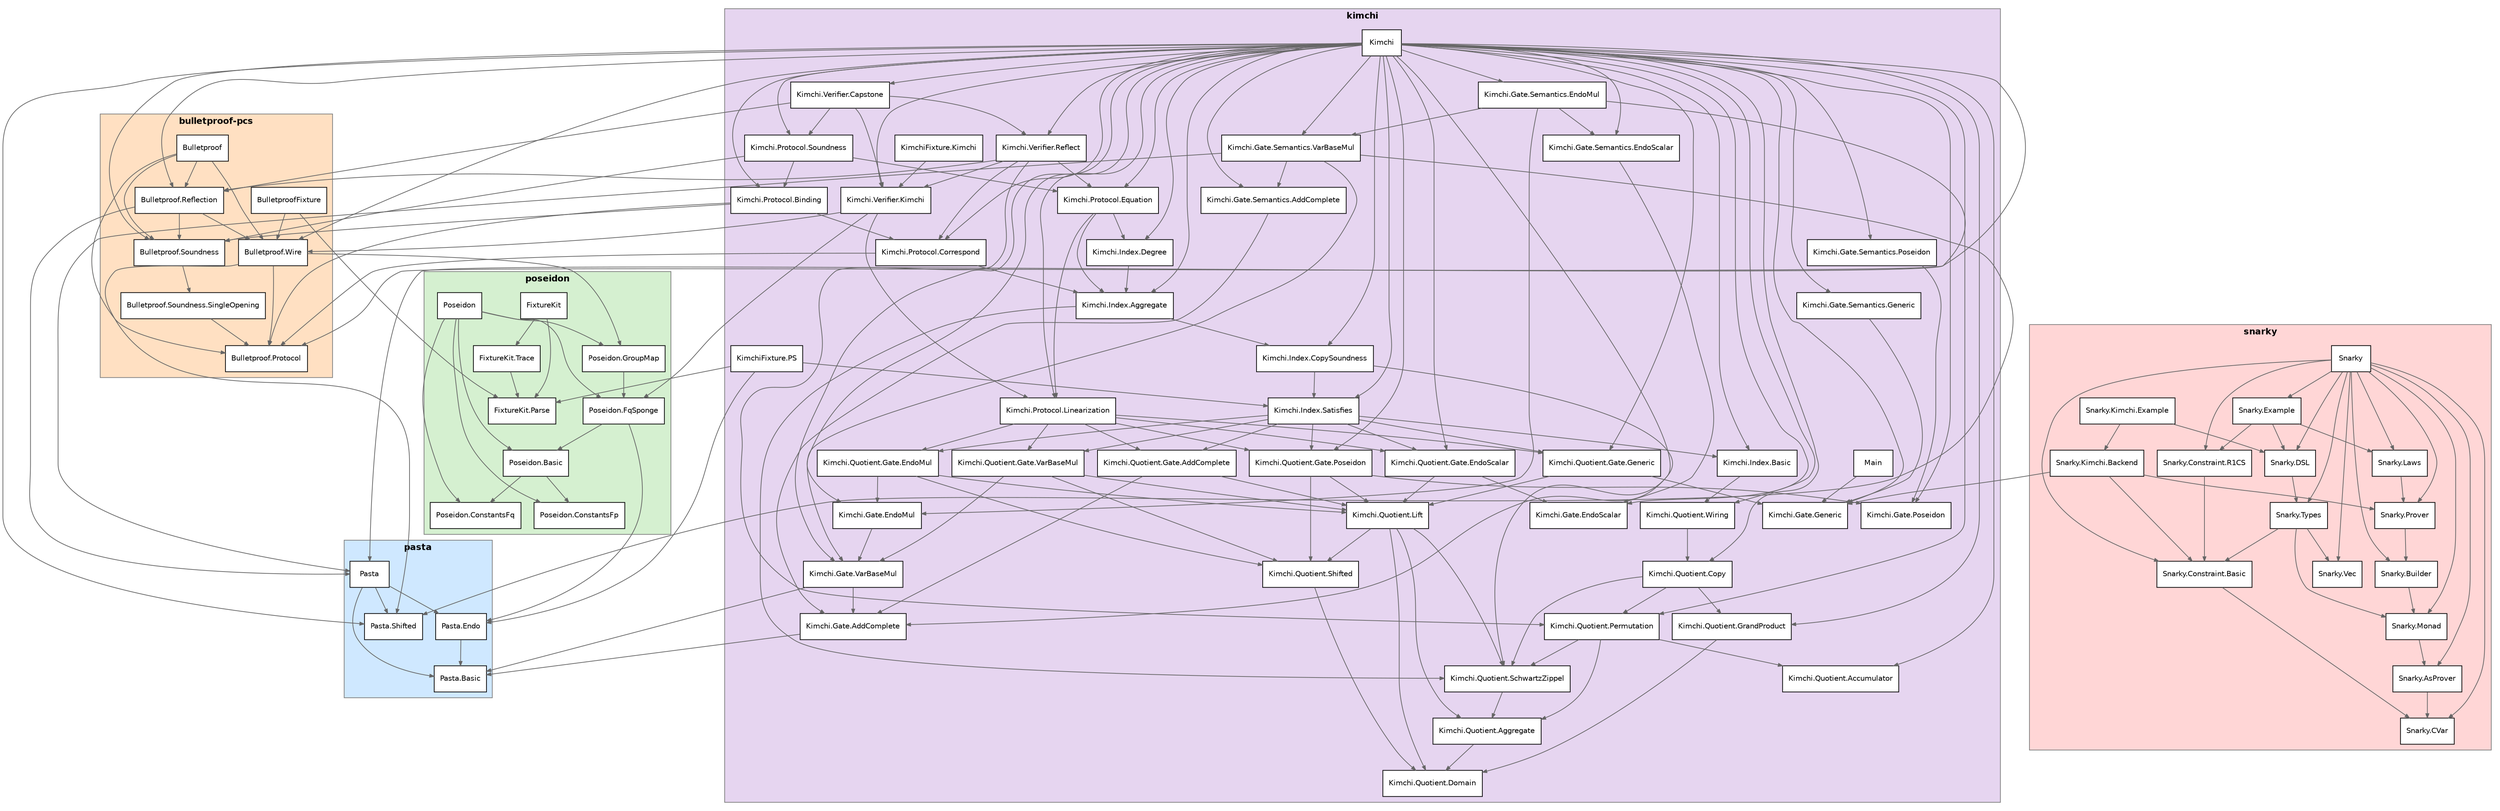
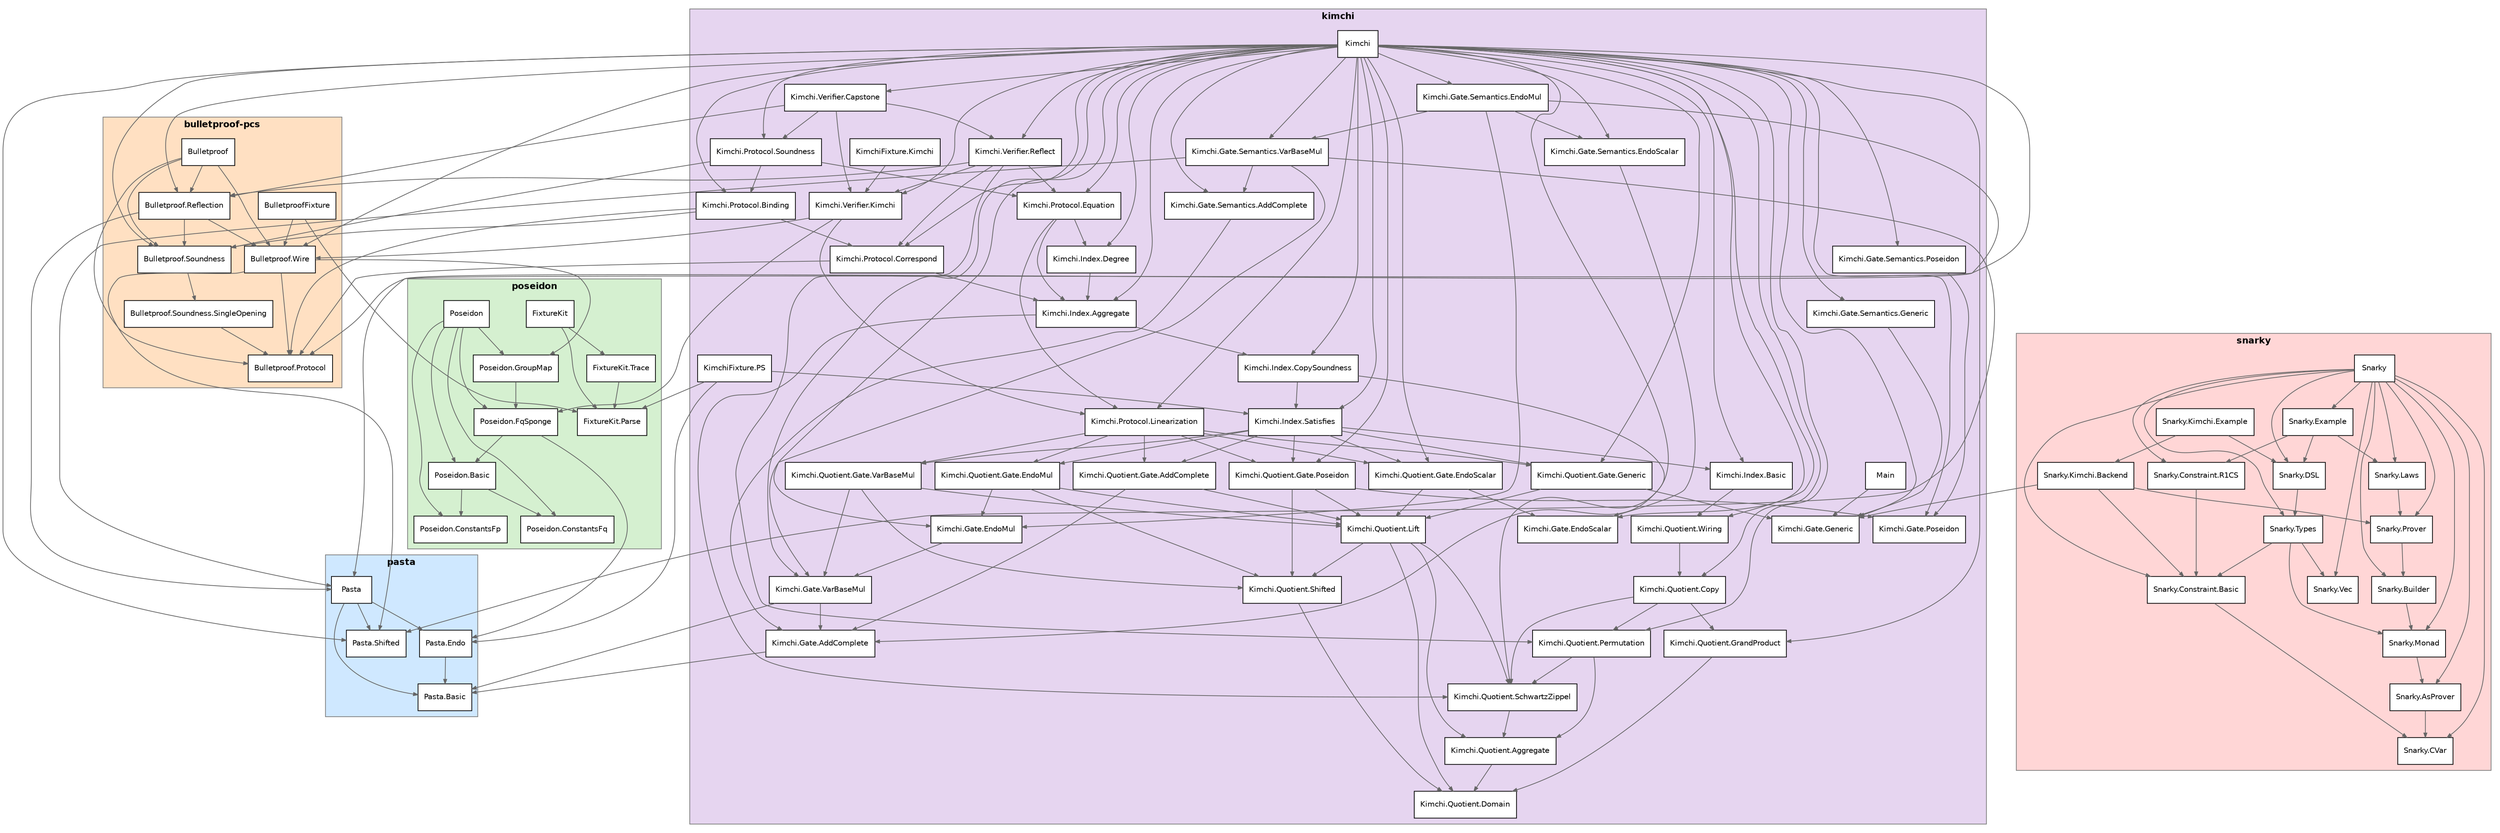
digraph "formal-modules" {
  rankdir=TB;
  node [shape=box, style=filled, fillcolor=white, fontsize=10, fontname="Helvetica"];
  edge [color=gray40, arrowsize=0.6];
  subgraph "cluster_pasta" {
    label="pasta"; style=filled; fillcolor="#cfe8ff";
    color=gray50; fontsize=12; fontname="Helvetica-Bold";
    "Pasta.Basic";
    "Pasta.Endo";
    "Pasta";
    "Pasta.Shifted";
  }
  subgraph "cluster_poseidon" {
    label="poseidon"; style=filled; fillcolor="#d5f0d0";
    color=gray50; fontsize=12; fontname="Helvetica-Bold";
    "FixtureKit";
    "FixtureKit.Parse";
    "FixtureKit.Trace";
    "Poseidon.Basic";
    "Poseidon.ConstantsFp";
    "Poseidon.ConstantsFq";
    "Poseidon.FqSponge";
    "Poseidon.GroupMap";
    "Poseidon";
  }
  subgraph "cluster_bulletproof-pcs" {
    label="bulletproof-pcs"; style=filled; fillcolor="#ffe0c2";
    color=gray50; fontsize=12; fontname="Helvetica-Bold";
    "BulletproofFixture";
    "Bulletproof";
    "Bulletproof.Protocol";
    "Bulletproof.Reflection";
    "Bulletproof.Soundness";
    "Bulletproof.Soundness.SingleOpening";
    "Bulletproof.Wire";
  }
  subgraph "cluster_kimchi" {
    label="kimchi"; style=filled; fillcolor="#e6d5f0";
    color=gray50; fontsize=12; fontname="Helvetica-Bold";
    "KimchiFixture.Kimchi";
    "KimchiFixture.PS";
    "Kimchi.Gate.AddComplete";
    "Kimchi.Gate.EndoMul";
    "Kimchi.Gate.EndoScalar";
    "Kimchi.Gate.Generic";
    "Kimchi.Gate.Poseidon";
    "Kimchi.Gate.Semantics.AddComplete";
    "Kimchi.Gate.Semantics.EndoMul";
    "Kimchi.Gate.Semantics.EndoScalar";
    "Kimchi.Gate.Semantics.Generic";
    "Kimchi.Gate.Semantics.Poseidon";
    "Kimchi.Gate.Semantics.VarBaseMul";
    "Kimchi.Gate.VarBaseMul";
    "Kimchi.Index.Aggregate";
    "Kimchi.Index.Basic";
    "Kimchi.Index.CopySoundness";
    "Kimchi.Index.Degree";
    "Kimchi.Index.Satisfies";
    "Kimchi";
    "Kimchi.Protocol.Binding";
    "Kimchi.Protocol.Correspond";
    "Kimchi.Protocol.Equation";
    "Kimchi.Protocol.Linearization";
    "Kimchi.Protocol.Soundness";
-     "Kimchi.Quotient.Accumulator";
    "Kimchi.Quotient.Aggregate";
    "Kimchi.Quotient.Copy";
    "Kimchi.Quotient.Domain";
    "Kimchi.Quotient.Gate.AddComplete";
    "Kimchi.Quotient.Gate.EndoMul";
    "Kimchi.Quotient.Gate.EndoScalar";
    "Kimchi.Quotient.Gate.Generic";
    "Kimchi.Quotient.Gate.Poseidon";
    "Kimchi.Quotient.Gate.VarBaseMul";
    "Kimchi.Quotient.GrandProduct";
    "Kimchi.Quotient.Lift";
    "Kimchi.Quotient.Permutation";
    "Kimchi.Quotient.SchwartzZippel";
    "Kimchi.Quotient.Shifted";
    "Kimchi.Quotient.Wiring";
    "Kimchi.Verifier.Capstone";
    "Kimchi.Verifier.Kimchi";
    "Kimchi.Verifier.Reflect";
    "Main";
  }
  subgraph "cluster_snarky" {
    label="snarky"; style=filled; fillcolor="#ffd6d6";
    color=gray50; fontsize=12; fontname="Helvetica-Bold";
    "Snarky.AsProver";
    "Snarky.Builder";
    "Snarky.Constraint.Basic";
    "Snarky.Constraint.R1CS";
    "Snarky.CVar";
    "Snarky.DSL";
    "Snarky.Example";
    "Snarky.Kimchi.Backend";
    "Snarky.Kimchi.Example";
    "Snarky.Laws";
    "Snarky";
    "Snarky.Monad";
    "Snarky.Prover";
    "Snarky.Types";
    "Snarky.Vec";
  }
  "Pasta.Endo" -> "Pasta.Basic";
  "Pasta" -> "Pasta.Basic";
  "Pasta" -> "Pasta.Endo";
  "Pasta" -> "Pasta.Shifted";
  "FixtureKit" -> "FixtureKit.Parse";
  "FixtureKit" -> "FixtureKit.Trace";
  "FixtureKit.Trace" -> "FixtureKit.Parse";
  "Poseidon.Basic" -> "Poseidon.ConstantsFq";
  "Poseidon.Basic" -> "Poseidon.ConstantsFp";
  "Poseidon.FqSponge" -> "Poseidon.Basic";
  "Poseidon.FqSponge" -> "Pasta.Endo";
  "Poseidon.GroupMap" -> "Poseidon.FqSponge";
  "Poseidon" -> "Poseidon.ConstantsFp";
  "Poseidon" -> "Poseidon.ConstantsFq";
  "Poseidon" -> "Poseidon.Basic";
  "Poseidon" -> "Poseidon.FqSponge";
  "Poseidon" -> "Poseidon.GroupMap";
  "BulletproofFixture" -> "Bulletproof.Wire";
  "BulletproofFixture" -> "FixtureKit.Parse";
  "Bulletproof" -> "Bulletproof.Protocol";
  "Bulletproof" -> "Bulletproof.Wire";
  "Bulletproof" -> "Bulletproof.Soundness";
  "Bulletproof" -> "Bulletproof.Reflection";
  "Bulletproof.Reflection" -> "Bulletproof.Wire";
  "Bulletproof.Reflection" -> "Bulletproof.Soundness";
  "Bulletproof.Reflection" -> "Pasta";
  "Bulletproof.Soundness" -> "Bulletproof.Soundness.SingleOpening";
  "Bulletproof.Soundness.SingleOpening" -> "Bulletproof.Protocol";
  "Bulletproof.Wire" -> "Pasta.Shifted";
  "Bulletproof.Wire" -> "Poseidon.GroupMap";
  "Bulletproof.Wire" -> "Bulletproof.Protocol";
  "KimchiFixture.Kimchi" -> "Kimchi.Verifier.Kimchi";
  "KimchiFixture.PS" -> "Kimchi.Index.Satisfies";
  "KimchiFixture.PS" -> "FixtureKit.Parse";
  "KimchiFixture.PS" -> "Pasta.Endo";
  "Kimchi.Gate.AddComplete" -> "Pasta.Basic";
  "Kimchi.Gate.EndoMul" -> "Kimchi.Gate.VarBaseMul";
  "Kimchi.Gate.Semantics.AddComplete" -> "Kimchi.Gate.AddComplete";
  "Kimchi.Gate.Semantics.EndoMul" -> "Kimchi.Gate.EndoMul";
  "Kimchi.Gate.Semantics.EndoMul" -> "Kimchi.Gate.Semantics.VarBaseMul";
  "Kimchi.Gate.Semantics.EndoMul" -> "Kimchi.Gate.Semantics.EndoScalar";
  "Kimchi.Gate.Semantics.EndoMul" -> "Pasta";
  "Kimchi.Gate.Semantics.EndoScalar" -> "Kimchi.Gate.EndoScalar";
  "Kimchi.Gate.Semantics.Generic" -> "Kimchi.Gate.Generic";
  "Kimchi.Gate.Semantics.Poseidon" -> "Kimchi.Gate.Poseidon";
  "Kimchi.Gate.Semantics.VarBaseMul" -> "Kimchi.Gate.VarBaseMul";
  "Kimchi.Gate.Semantics.VarBaseMul" -> "Kimchi.Gate.Semantics.AddComplete";
  "Kimchi.Gate.Semantics.VarBaseMul" -> "Pasta";
  "Kimchi.Gate.Semantics.VarBaseMul" -> "Pasta.Shifted";
  "Kimchi.Gate.VarBaseMul" -> "Pasta.Basic";
  "Kimchi.Gate.VarBaseMul" -> "Kimchi.Gate.AddComplete";
  "Kimchi.Index.Aggregate" -> "Kimchi.Index.CopySoundness";
  "Kimchi.Index.Aggregate" -> "Kimchi.Quotient.SchwartzZippel";
  "Kimchi.Index.Basic" -> "Kimchi.Quotient.Wiring";
  "Kimchi.Index.CopySoundness" -> "Kimchi.Index.Satisfies";
  "Kimchi.Index.CopySoundness" -> "Kimchi.Quotient.SchwartzZippel";
  "Kimchi.Index.Degree" -> "Kimchi.Index.Aggregate";
  "Kimchi.Index.Satisfies" -> "Kimchi.Index.Basic";
  "Kimchi.Index.Satisfies" -> "Kimchi.Quotient.Gate.Generic";
  "Kimchi.Index.Satisfies" -> "Kimchi.Quotient.Gate.Poseidon";
  "Kimchi.Index.Satisfies" -> "Kimchi.Quotient.Gate.AddComplete";
  "Kimchi.Index.Satisfies" -> "Kimchi.Quotient.Gate.VarBaseMul";
  "Kimchi.Index.Satisfies" -> "Kimchi.Quotient.Gate.EndoMul";
  "Kimchi.Index.Satisfies" -> "Kimchi.Quotient.Gate.EndoScalar";
  "Kimchi" -> "Pasta.Shifted";
  "Kimchi" -> "Kimchi.Gate.Generic";
  "Kimchi" -> "Kimchi.Gate.AddComplete";
  "Kimchi" -> "Kimchi.Gate.VarBaseMul";
  "Kimchi" -> "Kimchi.Gate.EndoScalar";
  "Kimchi" -> "Kimchi.Gate.EndoMul";
  "Kimchi" -> "Kimchi.Gate.Poseidon";
  "Kimchi" -> "Kimchi.Gate.Semantics.Generic";
  "Kimchi" -> "Kimchi.Gate.Semantics.AddComplete";
  "Kimchi" -> "Kimchi.Gate.Semantics.VarBaseMul";
  "Kimchi" -> "Kimchi.Gate.Semantics.EndoScalar";
  "Kimchi" -> "Kimchi.Gate.Semantics.EndoMul";
  "Kimchi" -> "Kimchi.Gate.Semantics.Poseidon";
  "Kimchi" -> "Bulletproof.Protocol";
  "Kimchi" -> "Bulletproof.Soundness";
  "Kimchi" -> "Kimchi.Quotient.Gate.Generic";
  "Kimchi" -> "Kimchi.Quotient.Gate.EndoScalar";
  "Kimchi" -> "Kimchi.Quotient.Gate.Poseidon";
-   "Kimchi" -> "Kimchi.Quotient.Accumulator";
  "Kimchi" -> "Kimchi.Quotient.Copy";
  "Kimchi" -> "Kimchi.Index.Basic";
  "Kimchi" -> "Kimchi.Index.Satisfies";
  "Kimchi" -> "Kimchi.Index.Aggregate";
  "Kimchi" -> "Kimchi.Index.Degree";
  "Kimchi" -> "Kimchi.Index.CopySoundness";
  "Kimchi" -> "Kimchi.Quotient.Wiring";
  "Kimchi" -> "Kimchi.Quotient.Permutation";
  "Kimchi" -> "Kimchi.Quotient.GrandProduct";
  "Kimchi" -> "Bulletproof.Wire";
  "Kimchi" -> "Kimchi.Protocol.Linearization";
  "Kimchi" -> "Kimchi.Protocol.Equation";
  "Kimchi" -> "Kimchi.Protocol.Correspond";
  "Kimchi" -> "Kimchi.Protocol.Binding";
  "Kimchi" -> "Kimchi.Protocol.Soundness";
  "Kimchi" -> "Bulletproof.Reflection";
  "Kimchi" -> "Kimchi.Verifier.Kimchi";
  "Kimchi" -> "Kimchi.Verifier.Reflect";
  "Kimchi" -> "Kimchi.Verifier.Capstone";
  "Kimchi.Protocol.Binding" -> "Bulletproof.Protocol";
  "Kimchi.Protocol.Binding" -> "Bulletproof.Soundness";
  "Kimchi.Protocol.Binding" -> "Kimchi.Protocol.Correspond";
  "Kimchi.Protocol.Correspond" -> "Kimchi.Index.Aggregate";
  "Kimchi.Protocol.Correspond" -> "Bulletproof.Protocol";
  "Kimchi.Protocol.Equation" -> "Kimchi.Protocol.Linearization";
  "Kimchi.Protocol.Equation" -> "Kimchi.Index.Aggregate";
  "Kimchi.Protocol.Equation" -> "Kimchi.Index.Degree";
  "Kimchi.Protocol.Linearization" -> "Kimchi.Quotient.Gate.Generic";
  "Kimchi.Protocol.Linearization" -> "Kimchi.Quotient.Gate.Poseidon";
  "Kimchi.Protocol.Linearization" -> "Kimchi.Quotient.Gate.AddComplete";
  "Kimchi.Protocol.Linearization" -> "Kimchi.Quotient.Gate.VarBaseMul";
  "Kimchi.Protocol.Linearization" -> "Kimchi.Quotient.Gate.EndoMul";
  "Kimchi.Protocol.Linearization" -> "Kimchi.Quotient.Gate.EndoScalar";
  "Kimchi.Protocol.Soundness" -> "Bulletproof.Soundness";
  "Kimchi.Protocol.Soundness" -> "Kimchi.Protocol.Binding";
  "Kimchi.Protocol.Soundness" -> "Kimchi.Protocol.Equation";
  "Kimchi.Quotient.Aggregate" -> "Kimchi.Quotient.Domain";
  "Kimchi.Quotient.Copy" -> "Kimchi.Quotient.GrandProduct";
  "Kimchi.Quotient.Copy" -> "Kimchi.Quotient.Permutation";
  "Kimchi.Quotient.Copy" -> "Kimchi.Quotient.SchwartzZippel";
  "Kimchi.Quotient.Gate.AddComplete" -> "Kimchi.Quotient.Lift";
  "Kimchi.Quotient.Gate.AddComplete" -> "Kimchi.Gate.AddComplete";
  "Kimchi.Quotient.Gate.EndoMul" -> "Kimchi.Quotient.Lift";
  "Kimchi.Quotient.Gate.EndoMul" -> "Kimchi.Quotient.Shifted";
  "Kimchi.Quotient.Gate.EndoMul" -> "Kimchi.Gate.EndoMul";
  "Kimchi.Quotient.Gate.EndoScalar" -> "Kimchi.Quotient.Lift";
  "Kimchi.Quotient.Gate.EndoScalar" -> "Kimchi.Gate.EndoScalar";
  "Kimchi.Quotient.Gate.Generic" -> "Kimchi.Quotient.Lift";
  "Kimchi.Quotient.Gate.Generic" -> "Kimchi.Gate.Generic";
  "Kimchi.Quotient.Gate.Poseidon" -> "Kimchi.Quotient.Lift";
  "Kimchi.Quotient.Gate.Poseidon" -> "Kimchi.Quotient.Shifted";
  "Kimchi.Quotient.Gate.Poseidon" -> "Kimchi.Gate.Poseidon";
  "Kimchi.Quotient.Gate.VarBaseMul" -> "Kimchi.Quotient.Lift";
  "Kimchi.Quotient.Gate.VarBaseMul" -> "Kimchi.Quotient.Shifted";
  "Kimchi.Quotient.Gate.VarBaseMul" -> "Kimchi.Gate.VarBaseMul";
  "Kimchi.Quotient.GrandProduct" -> "Kimchi.Quotient.Domain";
  "Kimchi.Quotient.Lift" -> "Kimchi.Quotient.Domain";
  "Kimchi.Quotient.Lift" -> "Kimchi.Quotient.Shifted";
  "Kimchi.Quotient.Lift" -> "Kimchi.Quotient.Aggregate";
  "Kimchi.Quotient.Lift" -> "Kimchi.Quotient.SchwartzZippel";
-   "Kimchi.Quotient.Permutation" -> "Kimchi.Quotient.Accumulator";
  "Kimchi.Quotient.Permutation" -> "Kimchi.Quotient.Aggregate";
  "Kimchi.Quotient.Permutation" -> "Kimchi.Quotient.SchwartzZippel";
  "Kimchi.Quotient.SchwartzZippel" -> "Kimchi.Quotient.Aggregate";
  "Kimchi.Quotient.Shifted" -> "Kimchi.Quotient.Domain";
  "Kimchi.Quotient.Wiring" -> "Kimchi.Quotient.Copy";
  "Kimchi.Verifier.Capstone" -> "Kimchi.Protocol.Soundness";
  "Kimchi.Verifier.Capstone" -> "Kimchi.Verifier.Kimchi";
  "Kimchi.Verifier.Capstone" -> "Bulletproof.Reflection";
  "Kimchi.Verifier.Capstone" -> "Kimchi.Verifier.Reflect";
  "Kimchi.Verifier.Kimchi" -> "Bulletproof.Wire";
  "Kimchi.Verifier.Kimchi" -> "Kimchi.Protocol.Linearization";
  "Kimchi.Verifier.Kimchi" -> "Poseidon.FqSponge";
  "Kimchi.Verifier.Reflect" -> "Kimchi.Verifier.Kimchi";
  "Kimchi.Verifier.Reflect" -> "Bulletproof.Reflection";
  "Kimchi.Verifier.Reflect" -> "Kimchi.Protocol.Correspond";
  "Kimchi.Verifier.Reflect" -> "Kimchi.Protocol.Equation";
  "Kimchi.Verifier.Reflect" -> "Kimchi.Quotient.Permutation";
  "Main" -> "Kimchi.Gate.Generic";
  "Snarky.AsProver" -> "Snarky.CVar";
  "Snarky.Builder" -> "Snarky.Monad";
  "Snarky.Constraint.Basic" -> "Snarky.CVar";
  "Snarky.Constraint.R1CS" -> "Snarky.Constraint.Basic";
  "Snarky.DSL" -> "Snarky.Types";
  "Snarky.Example" -> "Snarky.DSL";
  "Snarky.Example" -> "Snarky.Constraint.R1CS";
  "Snarky.Example" -> "Snarky.Laws";
  "Snarky.Kimchi.Backend" -> "Snarky.Constraint.Basic";
  "Snarky.Kimchi.Backend" -> "Snarky.Prover";
  "Snarky.Kimchi.Backend" -> "Kimchi.Gate.Generic";
  "Snarky.Kimchi.Example" -> "Snarky.Kimchi.Backend";
  "Snarky.Kimchi.Example" -> "Snarky.DSL";
  "Snarky.Laws" -> "Snarky.Prover";
  "Snarky" -> "Snarky.CVar";
  "Snarky" -> "Snarky.AsProver";
  "Snarky" -> "Snarky.Monad";
  "Snarky" -> "Snarky.Builder";
  "Snarky" -> "Snarky.Prover";
  "Snarky" -> "Snarky.Vec";
  "Snarky" -> "Snarky.Constraint.Basic";
  "Snarky" -> "Snarky.Constraint.R1CS";
  "Snarky" -> "Snarky.Types";
  "Snarky" -> "Snarky.DSL";
  "Snarky" -> "Snarky.Laws";
  "Snarky" -> "Snarky.Example";
  "Snarky.Monad" -> "Snarky.AsProver";
  "Snarky.Prover" -> "Snarky.Builder";
  "Snarky.Types" -> "Snarky.Monad";
  "Snarky.Types" -> "Snarky.Vec";
  "Snarky.Types" -> "Snarky.Constraint.Basic";
}
